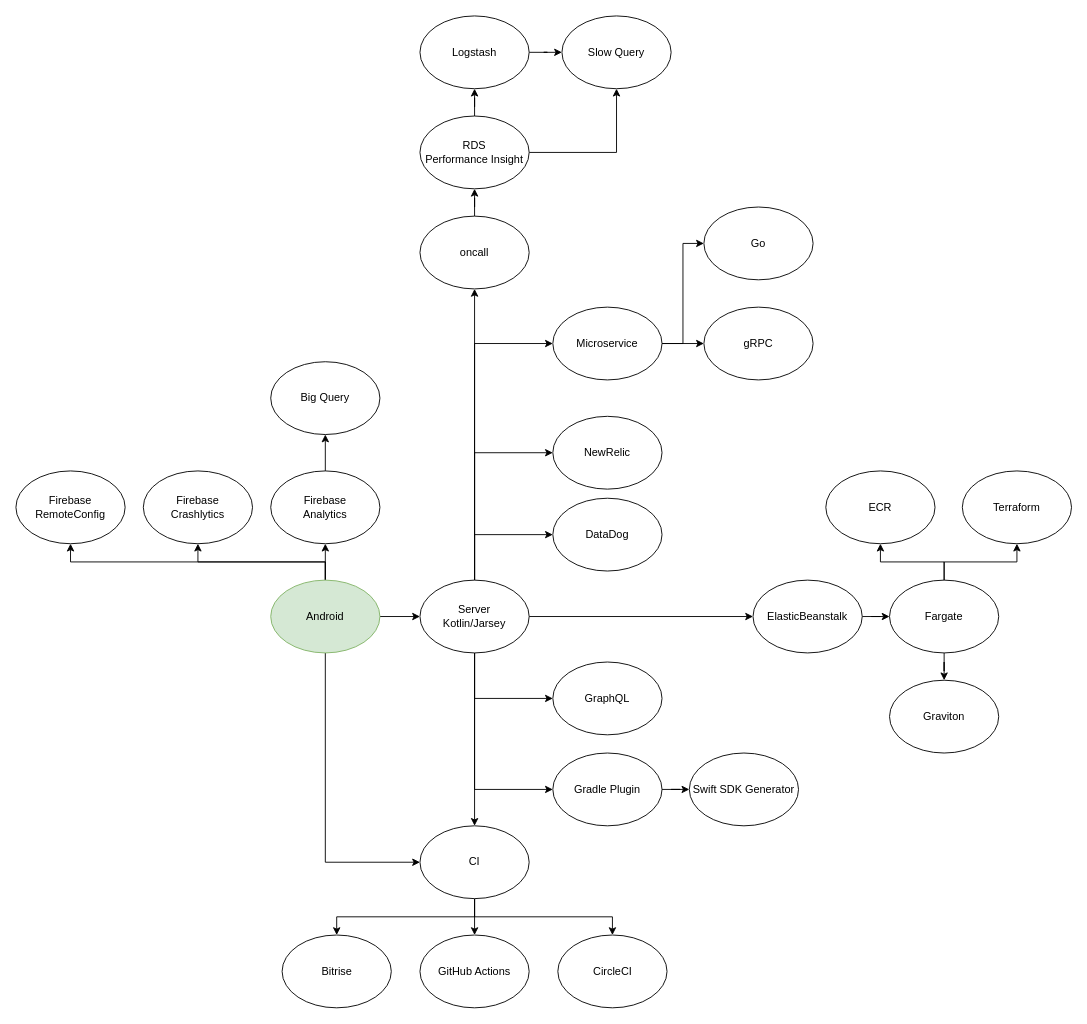
This is develop_chart.drawio from matsudamper/matsudamper.github.io, a draw.io file, before an edit. Source tidied: cells renumbered, new cells numbered last; positions are measured from the earlier drawing's top-left corner, leaving out a move shared by most shapes. Both pictures are drawn from the tidied source at 91%, with x=0, y=0 at pixel (15, 15).
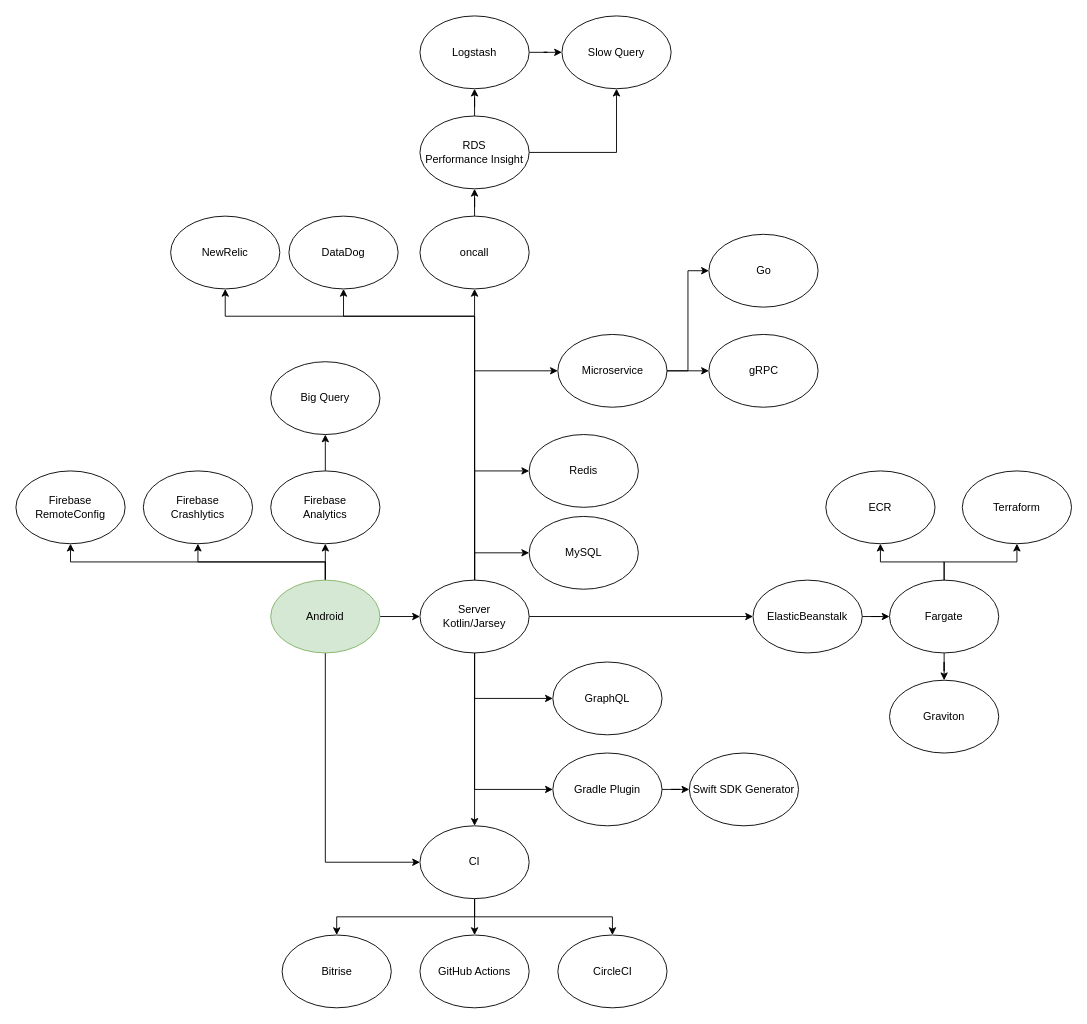
The same page after the edit.

The change refers to these unchanged cells:
```xml
<mxCell id="16" value="Server&lt;br&gt;Kotlin/Jarsey" style="ellipse;whiteSpace=wrap;html=1;" parent="1" vertex="1">
  <mxGeometry x="444" y="620" width="120" height="80" as="geometry" />
</mxCell>
```

What changed in the source:
```diff
@@
+    <mxCell id="15" style="edgeStyle=orthogonalEdgeStyle;rounded=0;jettySize=auto;html=1;exitX=0.5;exitY=0;exitDx=0;exitDy=0;entryX=0;entryY=0.5;entryDx=0;entryDy=0;" parent="1" edge="1" source="16" target="43">
+      <mxGeometry relative="1" as="geometry" />
+    </mxCell>
-    <mxCell id="13" style="edgeStyle=orthogonalEdgeStyle;rounded=0;jettySize=auto;html=1;exitX=0.5;exitY=0;exitDx=0;exitDy=0;entryX=0;entryY=0.5;entryDx=0;entryDy=0;" parent="1" edge="1" source="16" target="49">
-      <mxGeometry relative="1" as="geometry" />
+    <mxCell id="13" style="edgeStyle=orthogonalEdgeStyle;rounded=0;jettySize=auto;html=1;exitX=0.5;exitY=0;exitDx=0;exitDy=0;entryX=0.5;entryY=1;entryDx=0;entryDy=0;" parent="1" edge="1" source="16" target="49">
+      <mxGeometry relative="1" as="geometry">
+        <Array as="points">
+          <mxPoint x="504" y="330" />
+          <mxPoint x="360" y="330" />
+        </Array>
+      </mxGeometry>
     </mxCell>
-    <mxCell id="14" style="edgeStyle=orthogonalEdgeStyle;rounded=0;jettySize=auto;html=1;exitX=0.5;exitY=0;exitDx=0;exitDy=0;entryX=0;entryY=0.5;entryDx=0;entryDy=0;" parent="1" edge="1" source="16" target="50">
-      <mxGeometry relative="1" as="geometry" />
+    <mxCell id="14" style="edgeStyle=orthogonalEdgeStyle;rounded=0;jettySize=auto;html=1;exitX=0.5;exitY=0;exitDx=0;exitDy=0;entryX=0.5;entryY=1;entryDx=0;entryDy=0;" parent="1" edge="1" source="16" target="50">
+      <mxGeometry relative="1" as="geometry">
+        <Array as="points">
+          <mxPoint x="504" y="330" />
+          <mxPoint x="230" y="330" />
+        </Array>
+      </mxGeometry>
     </mxCell>
-    <mxCell id="15" style="edgeStyle=orthogonalEdgeStyle;rounded=0;jettySize=auto;html=1;exitX=0.5;exitY=0;exitDx=0;exitDy=0;entryX=0;entryY=0.5;entryDx=0;entryDy=0;" parent="1" edge="1" source="16" target="43">
-      <mxGeometry relative="1" as="geometry" />
-    </mxCell>
+    <mxCell id="57" style="edgeStyle=orthogonalEdgeStyle;rounded=0;jettySize=auto;html=1;exitX=0.5;exitY=0;exitDx=0;exitDy=0;entryX=0;entryY=0.5;entryDx=0;entryDy=0;" parent="1" edge="1" source="16" target="59">
+      <mxGeometry relative="1" as="geometry" />
+    </mxCell>
+    <mxCell id="58" style="edgeStyle=orthogonalEdgeStyle;rounded=0;jettySize=auto;html=1;exitX=0.5;exitY=0;exitDx=0;exitDy=0;entryX=0;entryY=0.5;entryDx=0;entryDy=0;" parent="1" edge="1" source="16" target="60">
+      <mxGeometry relative="1" as="geometry" />
+    </mxCell>
@@
     <mxCell id="43" value="Microservice" style="ellipse;whiteSpace=wrap;html=1;" parent="1" vertex="1">
-      <mxGeometry x="590" y="320" width="120" height="80" as="geometry" />
+      <mxGeometry x="595.5" y="350" width="120" height="80" as="geometry" />
     </mxCell>
@@
     <mxCell id="47" value="gRPC" style="ellipse;whiteSpace=wrap;html=1;" parent="1" vertex="1">
-      <mxGeometry x="756" y="320" width="120" height="80" as="geometry" />
+      <mxGeometry x="761.5" y="350" width="120" height="80" as="geometry" />
     </mxCell>
     <mxCell id="48" value="Go" style="ellipse;whiteSpace=wrap;html=1;" parent="1" vertex="1">
-      <mxGeometry x="756" y="210" width="120" height="80" as="geometry" />
+      <mxGeometry x="761.5" y="240" width="120" height="80" as="geometry" />
     </mxCell>
     <mxCell id="49" value="DataDog" style="ellipse;whiteSpace=wrap;html=1;" parent="1" vertex="1">
-      <mxGeometry x="590" y="530" width="120" height="80" as="geometry" />
+      <mxGeometry x="300" y="220" width="120" height="80" as="geometry" />
     </mxCell>
     <mxCell id="50" value="NewRelic" style="ellipse;whiteSpace=wrap;html=1;" parent="1" vertex="1">
-      <mxGeometry x="590" y="440" width="120" height="80" as="geometry" />
+      <mxGeometry x="170" y="220" width="120" height="80" as="geometry" />
     </mxCell>
@@
+    <mxCell id="59" value="MySQL" style="ellipse;whiteSpace=wrap;html=1;" parent="1" vertex="1">
+      <mxGeometry x="564" y="550" width="120" height="80" as="geometry" />
+    </mxCell>
+    <mxCell id="60" value="Redis" style="ellipse;whiteSpace=wrap;html=1;" parent="1" vertex="1">
+      <mxGeometry x="564" y="460" width="120" height="80" as="geometry" />
+    </mxCell>
```
